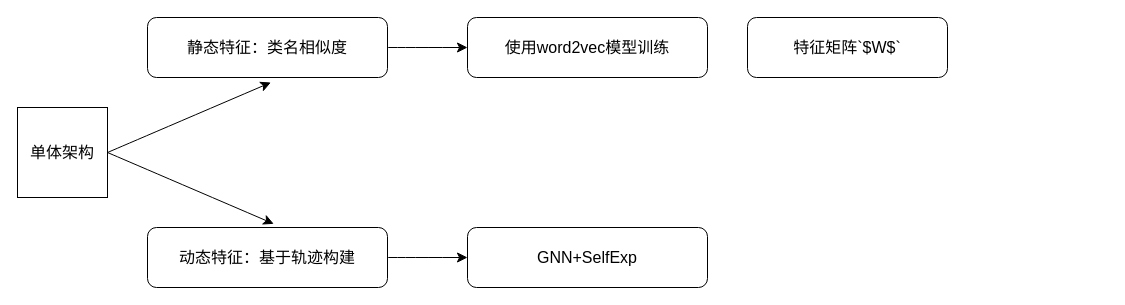
Drum-sys/samples keeps this draw.io diagram as 未命名绘图.drawio. Above is the earlier version. Source tidied: cells renumbered, new cells numbered last; positions are measured from the earlier drawing's top-left corner, leaving out a move shared by most shapes. Both pictures are drawn from the tidied source at 100%, with x=0, y=0 at pixel (17, 17).
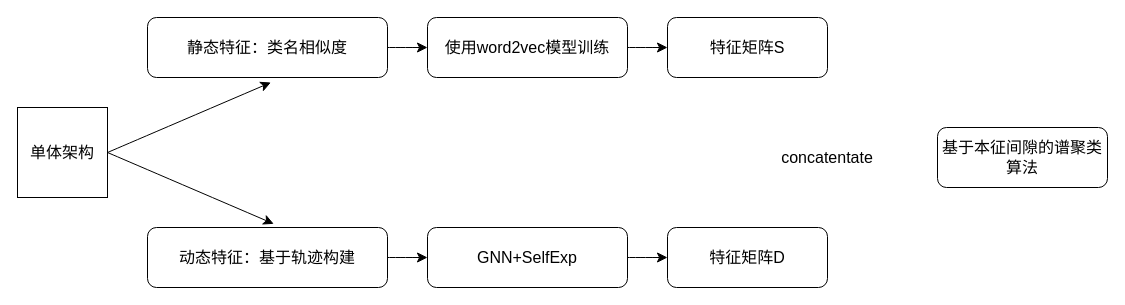
After the change.

Commit message (it also covers changes not shown here):
更新未命名绘图.drawio

Change to the diagram source:
```diff
@@
 <mxGraphModel>
   <root>
     <mxCell id="0" />
     <mxCell id="1" parent="0" />
     <mxCell id="2" value="单体架构" style="whiteSpace=wrap;html=1;fontSize=16;" parent="1" vertex="1">
       <mxGeometry y="90" width="90" height="90" as="geometry" />
     </mxCell>
     <mxCell id="3" value="静态特征：类名相似度" style="rounded=1;whiteSpace=wrap;html=1;fontSize=16;" parent="1" vertex="1">
       <mxGeometry x="130" width="240" height="60" as="geometry" />
     </mxCell>
     <mxCell id="4" value="动态特征：基于轨迹构建" style="rounded=1;whiteSpace=wrap;html=1;fontSize=16;" parent="1" vertex="1">
       <mxGeometry x="130" y="210" width="240" height="60" as="geometry" />
     </mxCell>
     <mxCell id="5" value="使用word2vec模型训练" style="rounded=1;whiteSpace=wrap;html=1;fontSize=16;" parent="1" vertex="1">
-      <mxGeometry x="450" width="240" height="60" as="geometry" />
+      <mxGeometry x="410" width="200" height="60" as="geometry" />
     </mxCell>
     <mxCell id="6" value="GNN+SelfExp" style="rounded=1;whiteSpace=wrap;html=1;fontSize=16;" parent="1" vertex="1">
-      <mxGeometry x="450" y="210" width="240" height="60" as="geometry" />
+      <mxGeometry x="410" y="210" width="200" height="60" as="geometry" />
     </mxCell>
     <mxCell id="7" style="endArrow=classic;html=1;rounded=0;fontSize=12;startSize=8;endSize=8;curved=1;exitX=1;exitY=0.5;exitDx=0;exitDy=0;entryX=0.514;entryY=1.083;entryDx=0;entryDy=0;entryPerimeter=0;" parent="1" edge="1" source="2" target="3">
       <mxGeometry relative="1" as="geometry" />
     </mxCell>
     <mxCell id="8" style="endArrow=classic;html=1;rounded=0;fontSize=12;startSize=8;endSize=8;curved=1;exitX=1;exitY=0.5;exitDx=0;exitDy=0;entryX=0.526;entryY=-0.061;entryDx=0;entryDy=0;entryPerimeter=0;" parent="1" edge="1" source="2" target="4">
       <mxGeometry relative="1" as="geometry" />
     </mxCell>
     <mxCell id="9" style="endArrow=classic;html=1;rounded=0;fontSize=12;startSize=8;endSize=8;curved=1;exitX=1;exitY=0.5;exitDx=0;exitDy=0;entryX=0;entryY=0.5;entryDx=0;entryDy=0;" parent="1" edge="1" source="3" target="5">
       <mxGeometry relative="1" as="geometry" />
     </mxCell>
     <mxCell id="10" style="endArrow=classic;html=1;rounded=0;fontSize=12;startSize=8;endSize=8;curved=1;exitX=1;exitY=0.5;exitDx=0;exitDy=0;entryX=0;entryY=0.5;entryDx=0;entryDy=0;" parent="1" edge="1" source="4" target="6">
       <mxGeometry relative="1" as="geometry" />
     </mxCell>
-    <mxCell id="11" value="特征矩阵`$W$`" style="rounded=1;whiteSpace=wrap;html=1;fontSize=16;" parent="1" vertex="1">
-      <mxGeometry x="730" width="200" height="60" as="geometry" />
+    <mxCell id="11" value="特征矩阵S" style="rounded=1;whiteSpace=wrap;html=1;fontSize=16;" parent="1" vertex="1">
+      <mxGeometry x="650" width="160" height="60" as="geometry" />
     </mxCell>
+    <mxCell id="12" value="特征矩阵D" style="rounded=1;whiteSpace=wrap;html=1;fontSize=16;" parent="1" vertex="1">
+      <mxGeometry x="650" y="210" width="160" height="60" as="geometry" />
+    </mxCell>
+    <mxCell id="13" value="concatentate" style="rounded=1;whiteSpace=wrap;html=1;fontSize=16;strokeColor=none;" parent="1" vertex="1">
+      <mxGeometry x="750" y="110" width="120" height="60" as="geometry" />
+    </mxCell>
+    <mxCell id="14" style="endArrow=classic;html=1;rounded=0;fontSize=12;startSize=8;endSize=8;curved=1;exitX=1;exitY=0.5;exitDx=0;exitDy=0;entryX=0;entryY=0.5;entryDx=0;entryDy=0;" parent="1" edge="1" source="5" target="11">
+      <mxGeometry relative="1" as="geometry" />
+    </mxCell>
+    <mxCell id="15" style="endArrow=classic;html=1;rounded=0;fontSize=12;startSize=8;endSize=8;curved=1;exitX=1;exitY=0.5;exitDx=0;exitDy=0;entryX=0;entryY=0.5;entryDx=0;entryDy=0;" parent="1" edge="1" source="6" target="12">
+      <mxGeometry relative="1" as="geometry" />
+    </mxCell>
+    <mxCell id="16" value="基于本征间隙的谱聚类算法" style="rounded=1;whiteSpace=wrap;html=1;fontSize=16;" parent="1" vertex="1">
+      <mxGeometry x="920" y="110" width="170" height="60" as="geometry" />
+    </mxCell>
   </root>
 </mxGraphModel>
```
